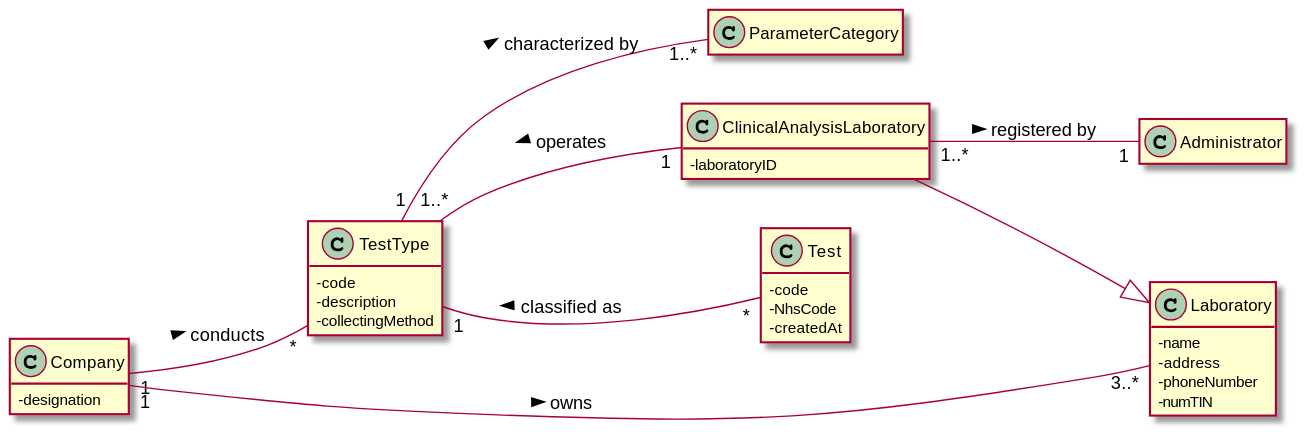
Earlier version of the PlantUML export docs/SprintC/US_8/US8_DM.svg (ana-albergaria/LAPR2-ISEP). Source of this version:
```plantuml
@startuml

skinparam classAttributeIconSize 0
hide empty methods
hide empty attributes
left to right direction

class Laboratory {
- name
- address
- phoneNumber
- numTIN
}


class Test{
- code
- NhsCode
- createdAt
}

class ClinicalAnalysisLaboratory{
- laboratoryID
}


class TestType{
- code
- description
- collectingMethod
}

class Company{
- designation
}

class Administrator{}

together {
class TestType
class Laboratory
}

Company -[hidden]-> TestType
Company -[hidden]-> Laboratory


ClinicalAnalysisLaboratory -[hidden]down-> Laboratory
Test -[hidden]up-> TestType
ClinicalAnalysisLaboratory -[hidden]up-> TestType



Company "1" -- "3..*" Laboratory : owns >
Company "1" -- "*" TestType : conducts >

Test "*" -- "1" TestType : classified as >
ClinicalAnalysisLaboratory "1" -- "1..*" TestType : operates >
ClinicalAnalysisLaboratory "1..*" -- "1" Administrator : registered by >
TestType "1" -- "1..*" ParameterCategory : characterized by >

Laboratory <|-- ClinicalAnalysisLaboratory



@enduml
```
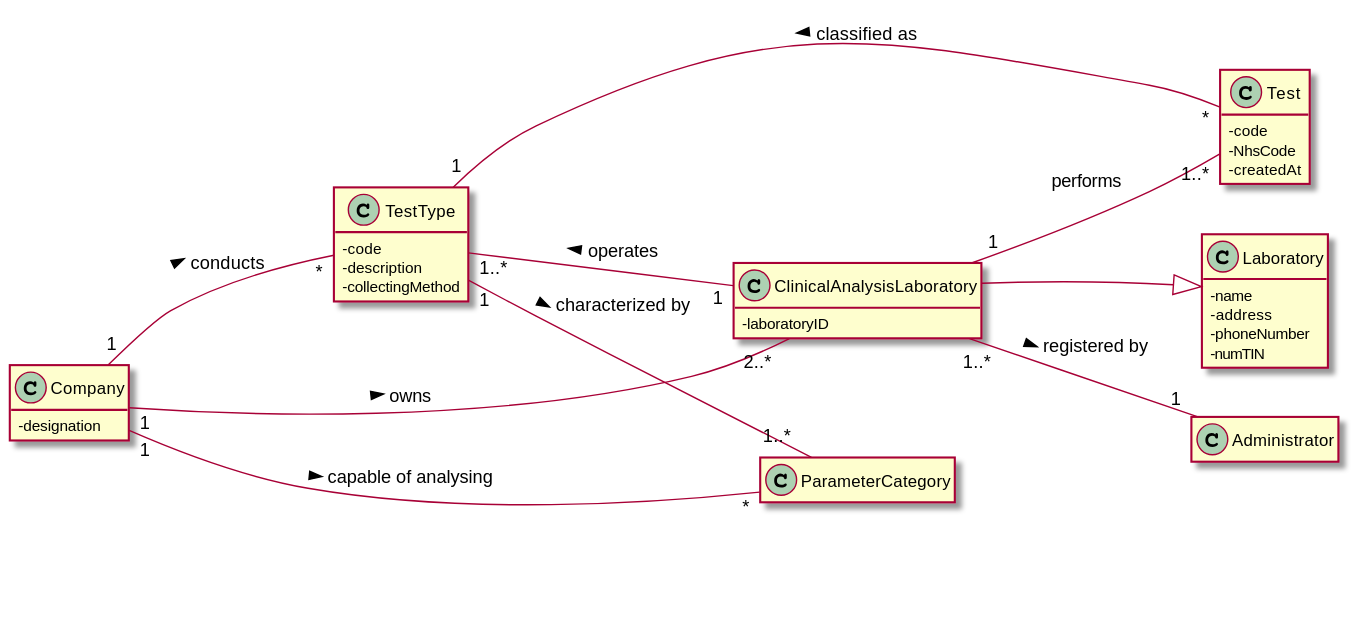
The same diagram one commit later.

Diff of the diagram source:
```diff
@@ -51,8 +51,10 @@
 
 
 
-Company "1" -- "3..*" Laboratory : owns >
+Company "1" -- "2..*" ClinicalAnalysisLaboratory : owns >
 Company "1" -- "*" TestType : conducts >
+ClinicalAnalysisLaboratory "1" -- "1..*" Test : performs
+Company "1" -- "*" ParameterCategory : capable of analysing >
 
 Test "*" -- "1" TestType : classified as >
 ClinicalAnalysisLaboratory "1" -- "1..*" TestType : operates >
```
